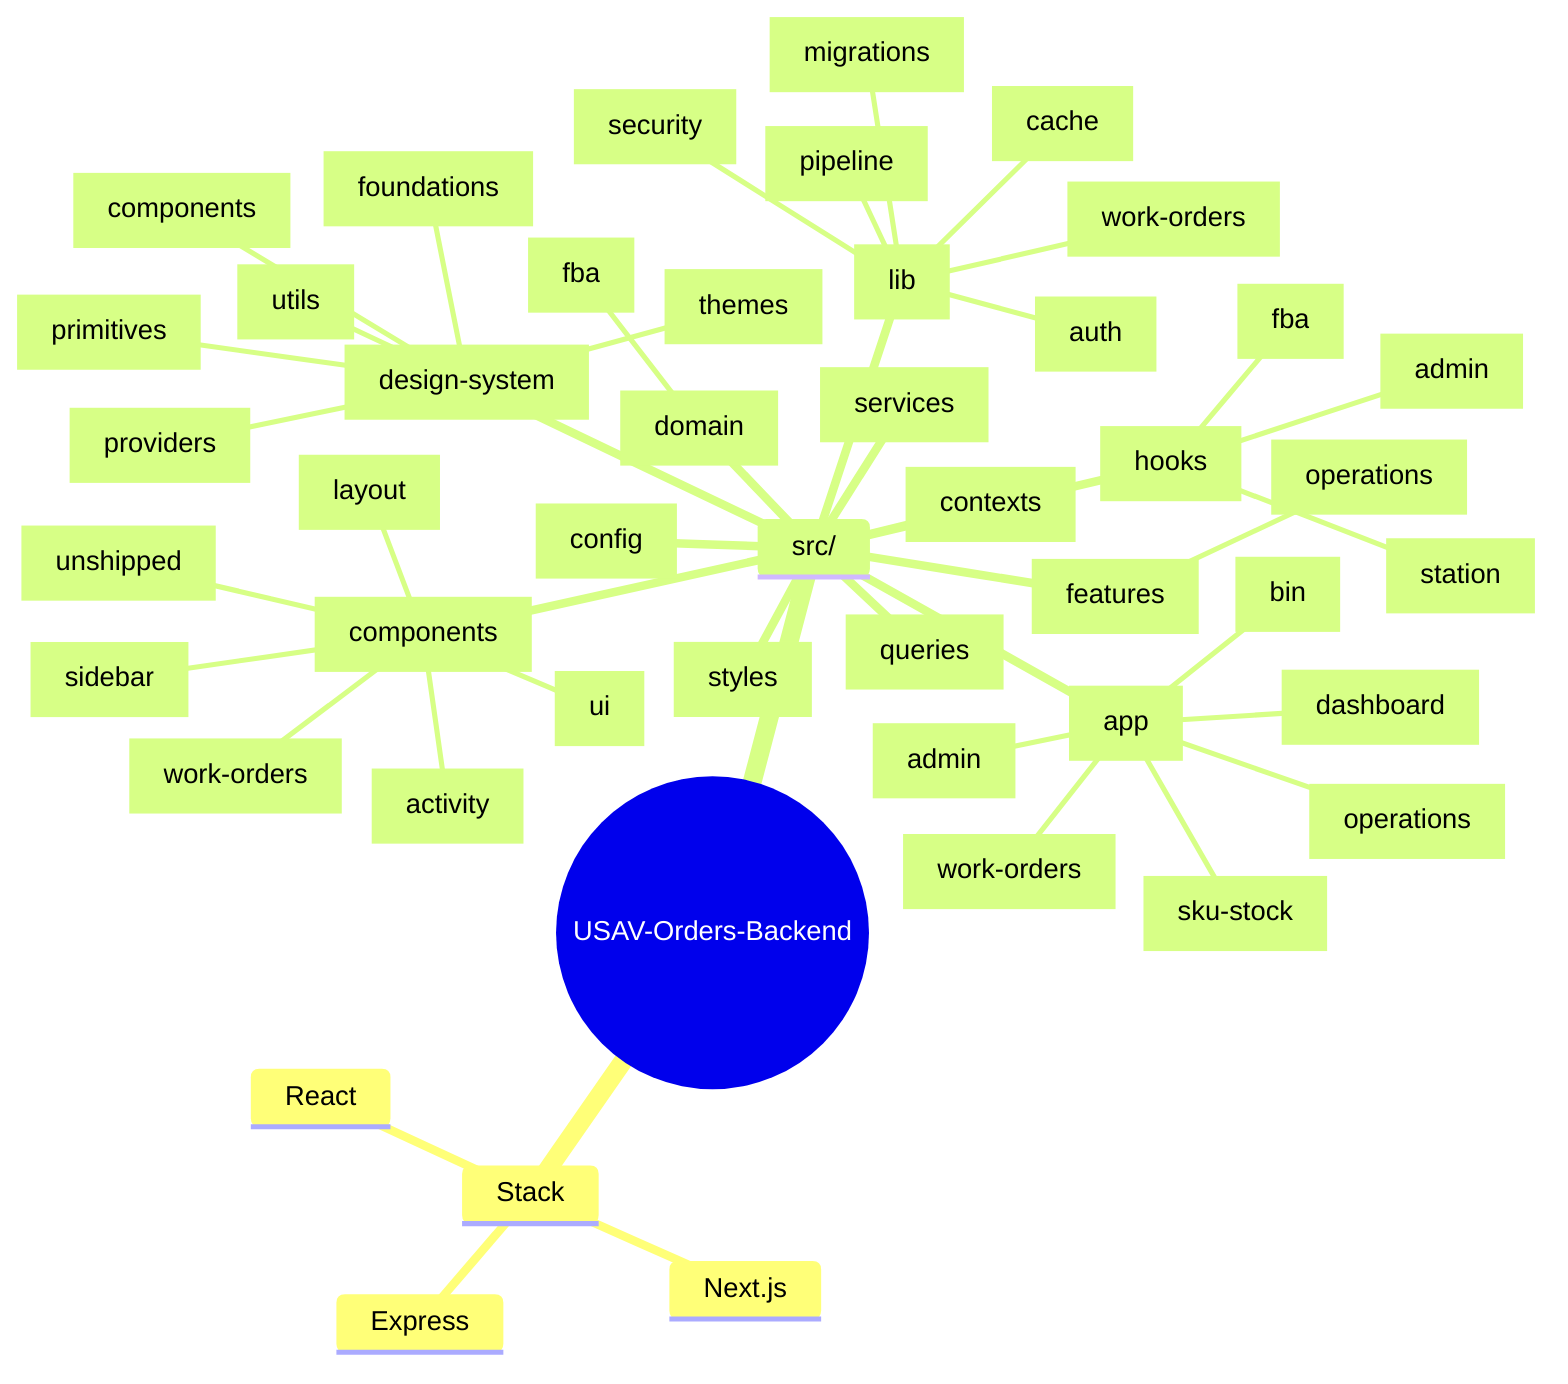
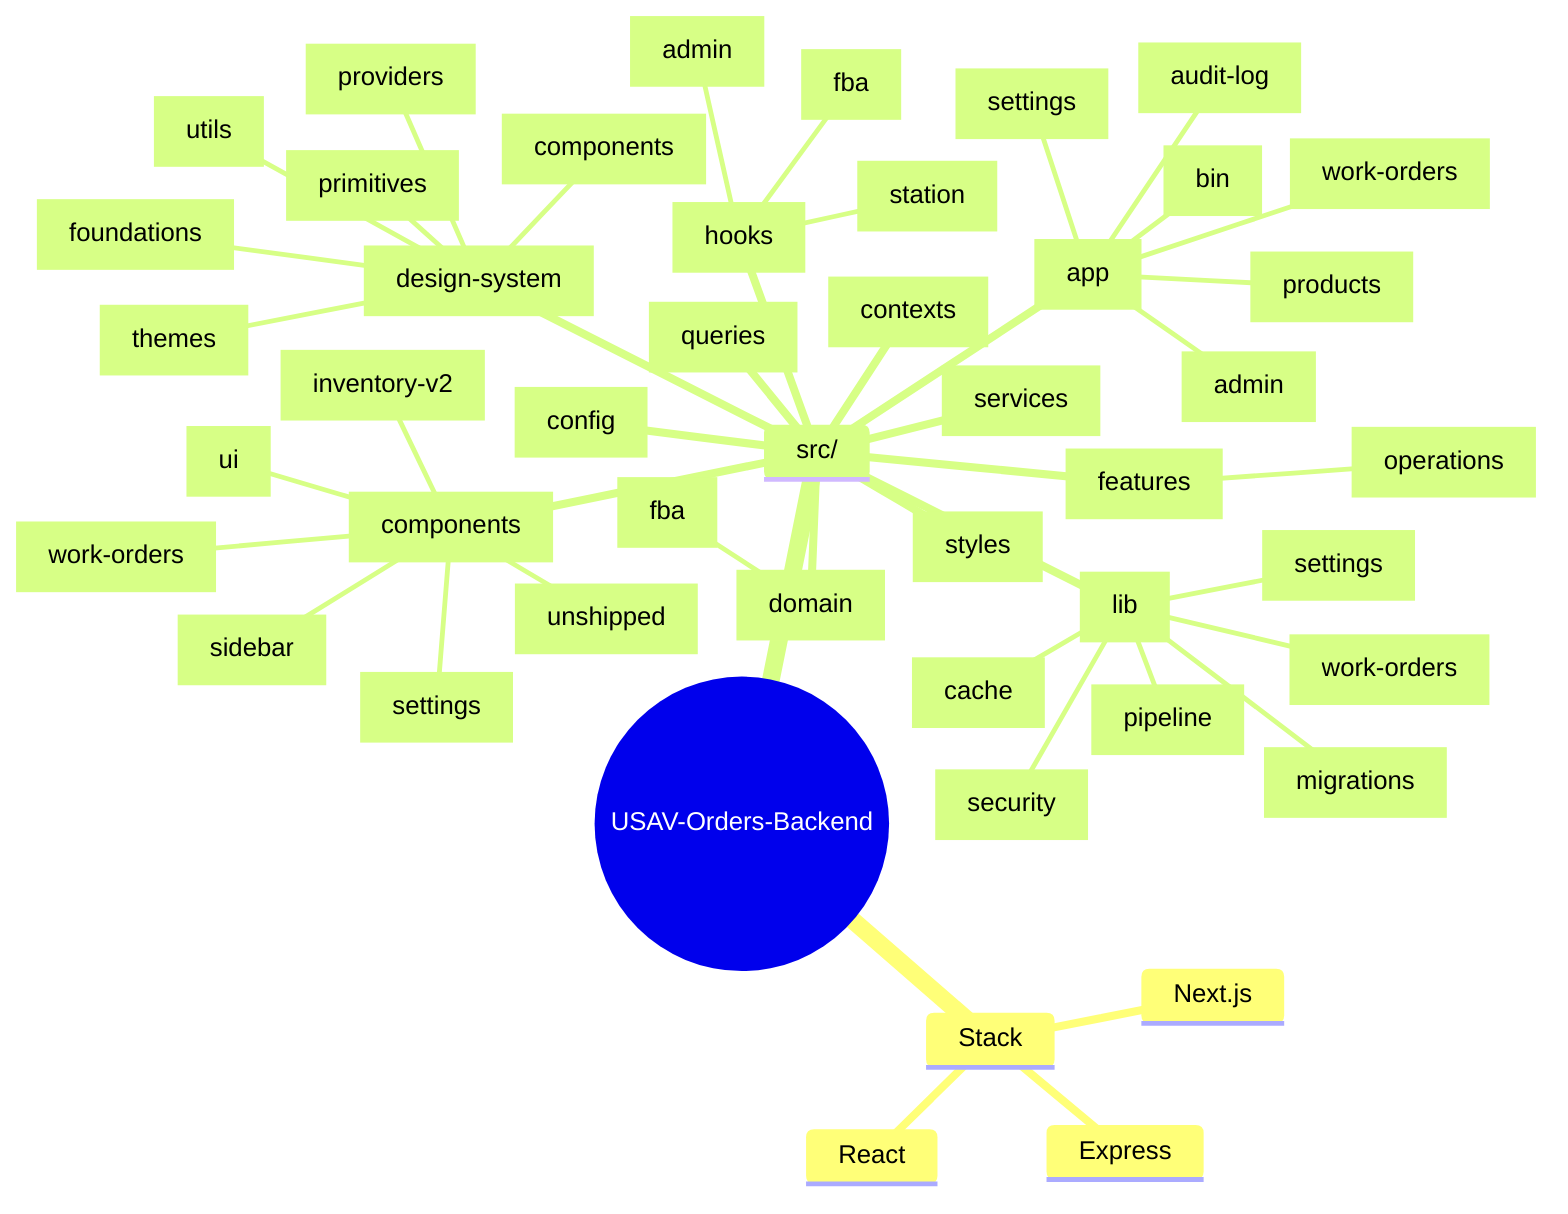
mindmap
  root((USAV-Orders-Backend))
    Stack
      Next.js
      Express
      React
    src/
      app[app]
        admin_app[admin]
+         audit_log_app[audit-log]
        bin_app[bin]
-         dashboard_app[dashboard]
-         operations_app[operations]
-         sku_stock_app[sku-stock]
+         products_app[products]
+         settings_app[settings]
        work_orders_app[work-orders]
      components[components]
-         activity_components[activity]
-         layout_components[layout]
+         inventory_v2_components[inventory-v2]
+         settings_components[settings]
        sidebar_components[sidebar]
        ui_components[ui]
        unshipped_components[unshipped]
        work_orders_components[work-orders]
      config[config]
      contexts[contexts]
      design_system[design-system]
        components_design_system[components]
        foundations_design_system[foundations]
        primitives_design_system[primitives]
        providers_design_system[providers]
        themes_design_system[themes]
        utils_design_system[utils]
      domain[domain]
        fba_domain[fba]
      features[features]
        operations_features[operations]
      hooks[hooks]
        admin_hooks[admin]
        fba_hooks[fba]
        station_hooks[station]
      lib[lib]
-         auth_lib[auth]
        cache_lib[cache]
        migrations_lib[migrations]
        pipeline_lib[pipeline]
        security_lib[security]
+         settings_lib[settings]
        work_orders_lib[work-orders]
      queries[queries]
      services[services]
      styles[styles]